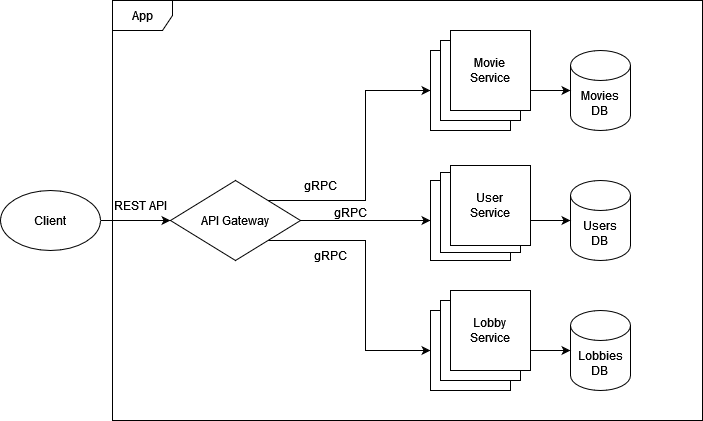
Above: architecture_diagram.png in JustLearningThings/movie-match (draw.io), before the change. Source tidied: cells renumbered, new cells last; positions are measured from the earlier drawing's top-left corner, leaving out a move shared by most shapes. The source it was exported from:
```xml
<mxGraphModel>
  <root>
    <mxCell id="0" />
    <mxCell id="1" parent="0" />
    <mxCell id="2" style="edgeStyle=orthogonalEdgeStyle;rounded=0;jettySize=auto;html=1;exitX=1;exitY=0.5;exitDx=0;exitDy=0;" parent="1" edge="1" source="3" target="7">
      <mxGeometry relative="1" as="geometry" />
    </mxCell>
    <mxCell id="3" value="Client" style="ellipse;whiteSpace=wrap;html=1;" parent="1" vertex="1">
      <mxGeometry y="190" width="100" height="60" as="geometry" />
    </mxCell>
    <mxCell id="4" style="edgeStyle=orthogonalEdgeStyle;rounded=0;jettySize=auto;html=1;exitX=1;exitY=0.5;exitDx=0;exitDy=0;entryX=0;entryY=0.5;entryDx=0;entryDy=0;" parent="1" edge="1" source="7" target="10">
      <mxGeometry relative="1" as="geometry" />
    </mxCell>
    <mxCell id="5" style="edgeStyle=orthogonalEdgeStyle;rounded=0;jettySize=auto;html=1;exitX=1;exitY=0;exitDx=0;exitDy=0;entryX=0;entryY=0.5;entryDx=0;entryDy=0;" parent="1" edge="1" source="7" target="9">
      <mxGeometry relative="1" as="geometry" />
    </mxCell>
    <mxCell id="6" style="edgeStyle=orthogonalEdgeStyle;rounded=0;jettySize=auto;html=1;exitX=1;exitY=1;exitDx=0;exitDy=0;entryX=0;entryY=0.5;entryDx=0;entryDy=0;" parent="1" edge="1" source="7" target="11">
      <mxGeometry relative="1" as="geometry" />
    </mxCell>
    <mxCell id="7" value="API Gateway" style="rhombus;whiteSpace=wrap;html=1;" parent="1" vertex="1">
      <mxGeometry x="170" y="180" width="130" height="80" as="geometry" />
    </mxCell>
    <mxCell id="8" value="&lt;div&gt;REST API&lt;/div&gt;" style="text;html=1;align=center;verticalAlign=middle;whiteSpace=wrap;rounded=0;" parent="1" vertex="1">
      <mxGeometry x="110" y="190" width="60" height="30" as="geometry" />
    </mxCell>
    <mxCell id="9" value="&lt;div&gt;Movie&lt;/div&gt;&lt;div&gt;Service&lt;br&gt;&lt;/div&gt;" style="whiteSpace=wrap;html=1;" parent="1" vertex="1">
      <mxGeometry x="430" y="50" width="80" height="80" as="geometry" />
    </mxCell>
    <mxCell id="10" value="&lt;div&gt;User&lt;/div&gt;&lt;div&gt;Service&lt;br&gt;&lt;/div&gt;" style="whiteSpace=wrap;html=1;" parent="1" vertex="1">
      <mxGeometry x="430" y="180" width="80" height="80" as="geometry" />
    </mxCell>
    <mxCell id="11" value="&lt;div&gt;Lobby&lt;/div&gt;&lt;div&gt;Service&lt;br&gt;&lt;/div&gt;" style="whiteSpace=wrap;html=1;" parent="1" vertex="1">
      <mxGeometry x="430" y="310" width="80" height="80" as="geometry" />
    </mxCell>
    <mxCell id="12" value="gRPC" style="text;html=1;align=center;verticalAlign=middle;whiteSpace=wrap;rounded=0;" parent="1" vertex="1">
      <mxGeometry x="290" y="170" width="60" height="30" as="geometry" />
    </mxCell>
    <mxCell id="13" value="gRPC" style="text;html=1;align=center;verticalAlign=middle;whiteSpace=wrap;rounded=0;" parent="1" vertex="1">
      <mxGeometry x="320" y="197" width="60" height="30" as="geometry" />
    </mxCell>
    <mxCell id="14" value="gRPC" style="text;html=1;align=center;verticalAlign=middle;whiteSpace=wrap;rounded=0;" parent="1" vertex="1">
      <mxGeometry x="300" y="240" width="60" height="30" as="geometry" />
    </mxCell>
    <mxCell id="15" value="&lt;div&gt;Movies&lt;/div&gt;&lt;div&gt;DB&lt;br&gt;&lt;/div&gt;" style="shape=cylinder3;whiteSpace=wrap;html=1;boundedLbl=1;backgroundOutline=1;size=15;" parent="1" vertex="1">
      <mxGeometry x="570" y="50" width="60" height="80" as="geometry" />
    </mxCell>
    <mxCell id="16" value="&lt;div&gt;Users&lt;/div&gt;&lt;div&gt;DB&lt;br&gt;&lt;/div&gt;" style="shape=cylinder3;whiteSpace=wrap;html=1;boundedLbl=1;backgroundOutline=1;size=15;" parent="1" vertex="1">
      <mxGeometry x="570" y="180" width="60" height="80" as="geometry" />
    </mxCell>
    <mxCell id="17" value="&lt;div&gt;Lobbies&lt;/div&gt;&lt;div&gt;DB&lt;br&gt;&lt;/div&gt;" style="shape=cylinder3;whiteSpace=wrap;html=1;boundedLbl=1;backgroundOutline=1;size=15;" parent="1" vertex="1">
      <mxGeometry x="570" y="310" width="60" height="80" as="geometry" />
    </mxCell>
    <mxCell id="18" style="edgeStyle=orthogonalEdgeStyle;rounded=0;jettySize=auto;html=1;exitX=1;exitY=0.5;exitDx=0;exitDy=0;entryX=0;entryY=0.5;entryDx=0;entryDy=0;entryPerimeter=0;" parent="1" edge="1" source="11" target="17">
      <mxGeometry relative="1" as="geometry" />
    </mxCell>
    <mxCell id="19" style="edgeStyle=orthogonalEdgeStyle;rounded=0;jettySize=auto;html=1;exitX=1;exitY=0.5;exitDx=0;exitDy=0;entryX=0;entryY=0.5;entryDx=0;entryDy=0;entryPerimeter=0;" parent="1" edge="1" source="10" target="16">
      <mxGeometry relative="1" as="geometry" />
    </mxCell>
    <mxCell id="20" style="edgeStyle=orthogonalEdgeStyle;rounded=0;jettySize=auto;html=1;exitX=1;exitY=0.5;exitDx=0;exitDy=0;entryX=0;entryY=0.5;entryDx=0;entryDy=0;entryPerimeter=0;" parent="1" edge="1" source="9" target="15">
      <mxGeometry relative="1" as="geometry" />
    </mxCell>
    <mxCell id="21" value="&lt;div&gt;Movie&lt;/div&gt;&lt;div&gt;Service&lt;br&gt;&lt;/div&gt;" style="whiteSpace=wrap;html=1;" parent="1" vertex="1">
      <mxGeometry x="440" y="40" width="80" height="80" as="geometry" />
    </mxCell>
    <mxCell id="22" value="&lt;div&gt;Movie&lt;/div&gt;&lt;div&gt;Service&lt;br&gt;&lt;/div&gt;" style="whiteSpace=wrap;html=1;" parent="1" vertex="1">
      <mxGeometry x="450" y="30" width="80" height="80" as="geometry" />
    </mxCell>
    <mxCell id="23" value="&lt;div&gt;User&lt;/div&gt;&lt;div&gt;Service&lt;br&gt;&lt;/div&gt;" style="whiteSpace=wrap;html=1;" parent="1" vertex="1">
      <mxGeometry x="440" y="172" width="80" height="80" as="geometry" />
    </mxCell>
    <mxCell id="24" value="&lt;div&gt;User&lt;/div&gt;&lt;div&gt;Service&lt;br&gt;&lt;/div&gt;" style="whiteSpace=wrap;html=1;" parent="1" vertex="1">
      <mxGeometry x="450" y="165" width="80" height="80" as="geometry" />
    </mxCell>
    <mxCell id="25" value="&lt;div&gt;Lobby&lt;/div&gt;&lt;div&gt;Service&lt;br&gt;&lt;/div&gt;" style="whiteSpace=wrap;html=1;" parent="1" vertex="1">
      <mxGeometry x="440" y="300" width="80" height="80" as="geometry" />
    </mxCell>
    <mxCell id="26" value="&lt;div&gt;Lobby&lt;/div&gt;&lt;div&gt;Service&lt;br&gt;&lt;/div&gt;" style="whiteSpace=wrap;html=1;" parent="1" vertex="1">
      <mxGeometry x="450" y="290" width="80" height="80" as="geometry" />
    </mxCell>
    <mxCell id="27" value="App" style="shape=umlFrame;whiteSpace=wrap;html=1;" parent="1" vertex="1">
      <mxGeometry x="112" width="590" height="420" as="geometry" />
    </mxCell>
  </root>
</mxGraphModel>
```
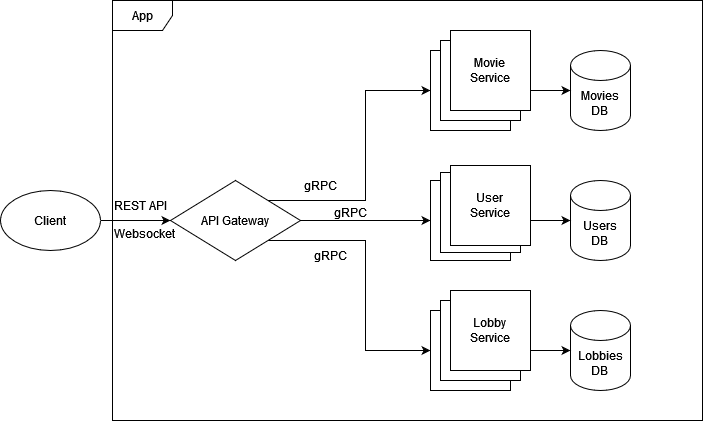
The same file after the commit.

Diff of the diagram source:
```diff
@@ -80,5 +80,8 @@
     <mxCell id="27" value="App" style="shape=umlFrame;whiteSpace=wrap;html=1;" parent="1" vertex="1">
       <mxGeometry x="112" width="590" height="420" as="geometry" />
     </mxCell>
+    <mxCell id="28" value="Websocket" style="text;html=1;align=center;verticalAlign=middle;whiteSpace=wrap;rounded=0;" parent="1" vertex="1">
+      <mxGeometry x="114" y="218" width="60" height="30" as="geometry" />
+    </mxCell>
   </root>
 </mxGraphModel>
```
